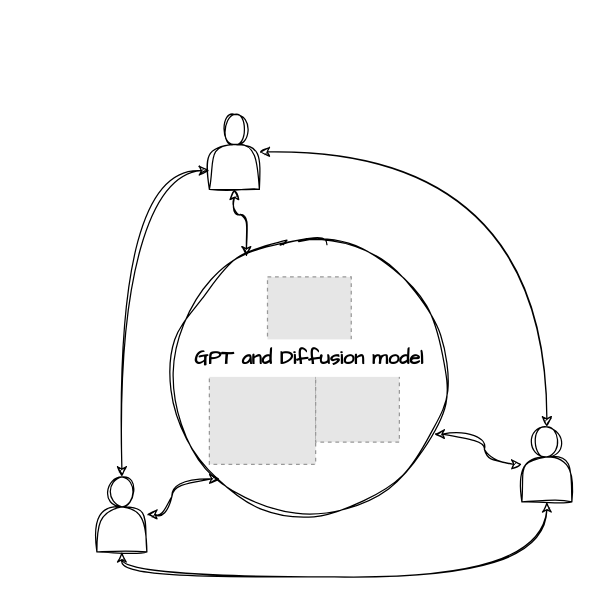
Before: 未命名绘图.drawio in foxeet/ChatGPT_desktop, a draw.io diagram. Source tidied: cells renumbered, new cells numbered last; positions are measured from the earlier drawing's top-left corner, leaving out a move shared by most shapes. Both pictures are drawn from the tidied source at 125%, with x=0, y=0 at pixel (96, 114). Pictures stored in the file or linked from it are replaced by grey dashed boxes.
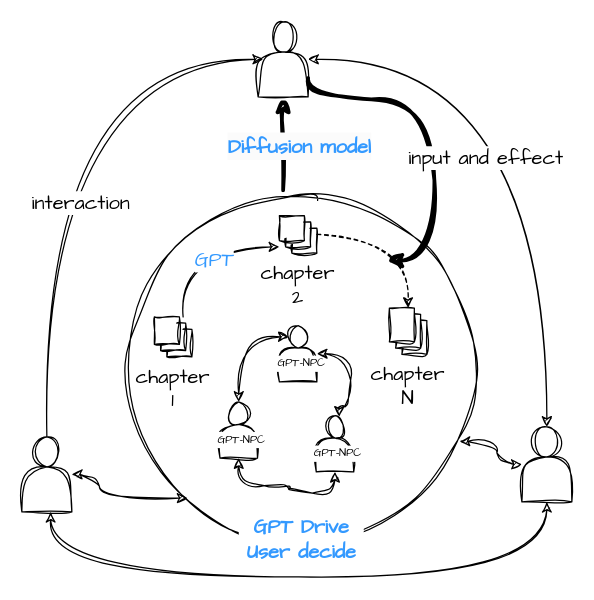
After the change.

Commit message:
更新未命名绘图.drawio

Unchanged cells that the change refers to:
```xml
<mxCell id="7" style="shape=actor;whiteSpace=wrap;html=1;hachureGap=4;fontFamily=Architects Daughter;fontSize=20;sketch=1;curveFitting=1;jiggle=2;" parent="1" vertex="1">
  <mxGeometry x="340" y="250" width="40" height="60" as="geometry" />
</mxCell>
```

Diff of the diagram source:
```diff
@@
+    <mxCell id="3" style="edgeStyle=orthogonalEdgeStyle;rounded=0;sketch=1;hachureGap=4;jiggle=2;curveFitting=1;jettySize=auto;html=1;entryX=0.5;entryY=1;entryDx=0;entryDy=0;fontFamily=Architects Daughter;fontSize=16;curved=1;startArrow=classic;startFill=1;" parent="1" edge="1" source="4" target="7">
+      <mxGeometry relative="1" as="geometry">
+        <Array as="points">
+          <mxPoint x="-37" y="370" />
+          <mxPoint x="360" y="370" />
+        </Array>
+      </mxGeometry>
+    </mxCell>
-    <mxCell id="2" style="edgeStyle=orthogonalEdgeStyle;rounded=0;sketch=1;hachureGap=4;jiggle=2;curveFitting=1;jettySize=auto;html=1;entryX=0;entryY=0.75;entryDx=0;entryDy=0;fontFamily=Architects Daughter;fontSize=16;curved=1;startArrow=classic;startFill=1;" parent="1" edge="1" source="4" target="6">
+    <mxCell id="2" style="edgeStyle=orthogonalEdgeStyle;shape=connector;curved=1;rounded=0;sketch=1;hachureGap=4;jiggle=2;curveFitting=1;jettySize=auto;html=1;entryX=0.1;entryY=0.5;entryDx=0;entryDy=0;entryPerimeter=0;labelBackgroundColor=default;strokeColor=default;fontFamily=Architects Daughter;fontSize=16;fontColor=default;startArrow=none;startFill=0;endArrow=classic;" parent="1" edge="1" source="4" target="6">
       <mxGeometry relative="1" as="geometry">
         <Array as="points">
-          <mxPoint x="20" y="45" />
+          <mxPoint x="-40" y="-44" />
         </Array>
       </mxGeometry>
     </mxCell>
-    <mxCell id="3" style="edgeStyle=orthogonalEdgeStyle;rounded=0;sketch=1;hachureGap=4;jiggle=2;curveFitting=1;jettySize=auto;html=1;entryX=0.5;entryY=1;entryDx=0;entryDy=0;fontFamily=Architects Daughter;fontSize=16;curved=1;startArrow=classic;startFill=1;" parent="1" edge="1" source="4" target="7">
-      <mxGeometry relative="1" as="geometry">
-        <Array as="points">
-          <mxPoint x="20" y="370" />
-          <mxPoint x="360" y="370" />
-        </Array>
-      </mxGeometry>
-    </mxCell>
+    <mxCell id="17" value="interaction" style="edgeLabel;html=1;align=center;verticalAlign=middle;fontSize=16;fontFamily=Architects Daughter;fontColor=default;" parent="2" vertex="1">
+      <mxGeometry x="-0.21" y="-26" relative="1" as="geometry" />
+    </mxCell>
     <mxCell id="4" style="shape=actor;whiteSpace=wrap;html=1;hachureGap=4;fontFamily=Architects Daughter;fontSize=20;sketch=1;curveFitting=1;jiggle=2;" parent="1" vertex="1">
-      <mxGeometry y="290" width="40" height="60" as="geometry" />
+      <mxGeometry x="-60" y="258" width="40" height="60" as="geometry" />
     </mxCell>
@@
+    <mxCell id="9" value="&lt;span style=&quot;font-family: &amp;quot;Architects Daughter&amp;quot;; font-size: 16px; font-style: normal; font-variant-ligatures: normal; font-variant-caps: normal; font-weight: 700; letter-spacing: normal; orphans: 2; text-align: center; text-indent: 0px; text-transform: none; widows: 2; word-spacing: 0px; -webkit-text-stroke-width: 0px; background-color: rgb(251, 251, 251); text-decoration-thickness: initial; text-decoration-style: initial; text-decoration-color: initial; float: none; display: inline !important;&quot;&gt;&lt;font color=&quot;#3399ff&quot;&gt;Diffusion model&lt;/font&gt;&lt;/span&gt;" style="edgeStyle=orthogonalEdgeStyle;shape=connector;curved=1;rounded=0;sketch=1;hachureGap=4;jiggle=2;curveFitting=1;jettySize=auto;html=1;labelBackgroundColor=default;strokeColor=default;fontFamily=Architects Daughter;fontSize=16;fontColor=default;startArrow=classic;startFill=1;endArrow=none;endFill=0;targetPerimeterSpacing=4;strokeWidth=3;" parent="1" edge="1" source="6" target="8">
+      <mxGeometry x="0.07" y="13" relative="1" as="geometry">
+        <Array as="points">
+          <mxPoint x="150" y="80" />
+          <mxPoint x="150" y="80" />
+        </Array>
+      </mxGeometry>
+    </mxCell>
     <mxCell id="6" style="shape=actor;whiteSpace=wrap;html=1;hachureGap=4;fontFamily=Architects Daughter;fontSize=20;sketch=1;curveFitting=1;jiggle=2;" parent="1" vertex="1">
-      <mxGeometry x="90" width="40" height="60" as="geometry" />
+      <mxGeometry x="129" y="-74" width="40" height="60" as="geometry" />
     </mxCell>
@@
     <mxCell id="8" style="ellipse;whiteSpace=wrap;html=1;hachureGap=4;fontFamily=Architects Daughter;fontSize=20;sketch=1;curveFitting=1;jiggle=2;" parent="1" vertex="1">
-      <mxGeometry x="60" y="100" width="220" height="220" as="geometry" />
+      <mxGeometry x="24" y="64" width="279" height="279" as="geometry" />
     </mxCell>
-    <mxCell id="9" style="edgeStyle=orthogonalEdgeStyle;rounded=0;sketch=1;hachureGap=4;jiggle=2;curveFitting=1;jettySize=auto;html=1;fontFamily=Architects Daughter;fontSize=16;curved=1;startArrow=classic;startFill=1;entryX=0.271;entryY=0.063;entryDx=0;entryDy=0;entryPerimeter=0;" parent="1" edge="1" source="6" target="8">
-      <mxGeometry relative="1" as="geometry" />
-    </mxCell>
@@
-    <mxCell id="12" style="group;" parent="1" vertex="1">
-      <mxGeometry x="75" y="130" width="190" height="150" as="geometry" />
-    </mxCell>
-    <mxCell id="13" style="fillColor=#E6E6E6;strokeColor=#999999;dashed=1;verticalLabelPosition=bottom;labelBackgroundColor=default;verticalAlign=top;" parent="12" vertex="1">
-      <mxGeometry x="61.5" width="67" height="64.8" as="geometry" />
-    </mxCell>
-    <mxCell id="14" style="fillColor=#E6E6E6;strokeColor=#999999;dashed=1;verticalLabelPosition=bottom;labelBackgroundColor=default;verticalAlign=top;" parent="12" vertex="1">
-      <mxGeometry x="15" y="67.7" width="85" height="82.3" as="geometry" />
-    </mxCell>
-    <mxCell id="15" style="fillColor=#E6E6E6;strokeColor=#999999;dashed=1;verticalLabelPosition=bottom;labelBackgroundColor=default;verticalAlign=top;" parent="12" vertex="1">
-      <mxGeometry x="100" y="67.4" width="67" height="64.8" as="geometry" />
-    </mxCell>
-    <mxCell id="16" value="GPT and Diffusion model" style="text;html=1;strokeColor=none;fillColor=default;align=center;verticalAlign=middle;whiteSpace=wrap;rounded=0;fontSize=16;fontFamily=Architects Daughter;fontColor=default;gradientColor=none;fillStyle=auto;fontStyle=1;" parent="12" vertex="1">
-      <mxGeometry y="50" width="190" height="30" as="geometry" />
-    </mxCell>
+    <mxCell id="18" value="&lt;font color=&quot;#3399ff&quot;&gt;GPT&lt;/font&gt;" style="edgeStyle=orthogonalEdgeStyle;shape=connector;curved=1;rounded=0;sketch=1;hachureGap=4;jiggle=2;curveFitting=1;jettySize=auto;html=1;labelBackgroundColor=default;strokeColor=default;fontFamily=Architects Daughter;fontSize=16;fontColor=default;startArrow=none;startFill=0;endArrow=classic;entryX=0;entryY=0;entryDx=0;entryDy=25;entryPerimeter=0;" parent="1" edge="1" source="19" target="21">
+      <mxGeometry x="0.22" y="-11" relative="1" as="geometry">
+        <Array as="points">
+          <mxPoint x="69" y="106" />
+        </Array>
+      </mxGeometry>
+    </mxCell>
+    <mxCell id="19" value="chapter 1" style="verticalLabelPosition=bottom;verticalAlign=top;html=1;shape=mxgraph.basic.layered_rect;dx=10;outlineConnect=0;whiteSpace=wrap;sketch=1;hachureGap=4;jiggle=2;curveFitting=1;fontFamily=Architects Daughter;fontSize=16;fontColor=default;" parent="1" vertex="1">
+      <mxGeometry x="46" y="162" width="30" height="32" as="geometry" />
+    </mxCell>
+    <mxCell id="20" style="edgeStyle=orthogonalEdgeStyle;shape=connector;curved=1;rounded=0;sketch=1;hachureGap=4;jiggle=2;curveFitting=1;jettySize=auto;html=1;labelBackgroundColor=default;strokeColor=default;fontFamily=Architects Daughter;fontSize=16;fontColor=default;startArrow=none;startFill=0;endArrow=classic;dashed=1;" parent="1" edge="1" source="21" target="22">
+      <mxGeometry relative="1" as="geometry" />
+    </mxCell>
+    <mxCell id="21" value="chapter 2" style="verticalLabelPosition=bottom;verticalAlign=top;html=1;shape=mxgraph.basic.layered_rect;dx=10;outlineConnect=0;whiteSpace=wrap;sketch=1;hachureGap=4;jiggle=2;curveFitting=1;fontFamily=Architects Daughter;fontSize=16;fontColor=default;" parent="1" vertex="1">
+      <mxGeometry x="146" y="81" width="30" height="30" as="geometry" />
+    </mxCell>
+    <mxCell id="22" value="chapter N" style="verticalLabelPosition=bottom;verticalAlign=top;html=1;shape=mxgraph.basic.layered_rect;dx=10;outlineConnect=0;whiteSpace=wrap;sketch=1;hachureGap=4;jiggle=2;curveFitting=1;fontFamily=Architects Daughter;fontSize=16;fontColor=default;" parent="1" vertex="1">
+      <mxGeometry x="234" y="155" width="30" height="37" as="geometry" />
+    </mxCell>
+    <mxCell id="23" style="edgeStyle=orthogonalEdgeStyle;shape=connector;curved=1;rounded=0;sketch=1;hachureGap=4;jiggle=2;curveFitting=1;jettySize=auto;html=1;labelBackgroundColor=default;strokeColor=default;fontFamily=Architects Daughter;fontSize=16;fontColor=default;startArrow=none;startFill=0;endArrow=classic;strokeWidth=3;exitX=1;exitY=0.75;exitDx=0;exitDy=0;" parent="1" edge="1" source="6">
+      <mxGeometry relative="1" as="geometry">
+        <mxPoint x="232" y="117" as="targetPoint" />
+        <Array as="points">
+          <mxPoint x="169" y="-12" />
+          <mxPoint x="270" y="-12" />
+          <mxPoint x="270" y="117" />
+        </Array>
+      </mxGeometry>
+    </mxCell>
+    <mxCell id="24" value="input and effect" style="edgeLabel;html=1;align=center;verticalAlign=middle;fontSize=16;fontFamily=Architects Daughter;fontColor=default;" parent="23" vertex="1">
+      <mxGeometry x="0.23" y="-10" relative="1" as="geometry">
+        <mxPoint x="50" y="-11" as="offset" />
+      </mxGeometry>
+    </mxCell>
+    <mxCell id="25" value="&lt;font style=&quot;&quot; color=&quot;#3399ff&quot;&gt;&lt;b&gt;GPT Drive&lt;br&gt;User decide&lt;/b&gt;&lt;/font&gt;" style="text;html=1;strokeColor=none;fillColor=default;align=center;verticalAlign=middle;whiteSpace=wrap;rounded=0;fontSize=16;fontFamily=Architects Daughter;fontColor=default;gradientColor=none;fillStyle=auto;fontStyle=0;" parent="1" vertex="1">
+      <mxGeometry x="113.5" y="325" width="100" height="30" as="geometry" />
+    </mxCell>
+    <mxCell id="26" style="group;" parent="1" vertex="1">
+      <mxGeometry x="86" y="230" width="60" height="45" as="geometry" />
+    </mxCell>
+    <mxCell id="27" style="shape=actor;whiteSpace=wrap;html=1;hachureGap=4;fontFamily=Architects Daughter;fontSize=20;sketch=1;curveFitting=1;jiggle=2;" parent="26" vertex="1">
+      <mxGeometry x="12.5" width="30" height="45" as="geometry" />
+    </mxCell>
+    <mxCell id="28" value="GPT-NPC" style="text;html=1;strokeColor=none;fillColor=default;align=center;verticalAlign=middle;whiteSpace=wrap;rounded=0;fontSize=9;fontFamily=Architects Daughter;fontColor=default;" parent="26" vertex="1">
+      <mxGeometry y="24" width="60" height="13" as="geometry" />
+    </mxCell>
+    <mxCell id="29" style="group;" parent="1" vertex="1">
+      <mxGeometry x="133.5" y="169" width="60" height="45" as="geometry" />
+    </mxCell>
+    <mxCell id="30" style="shape=actor;whiteSpace=wrap;html=1;hachureGap=4;fontFamily=Architects Daughter;fontSize=20;sketch=1;curveFitting=1;jiggle=2;" parent="29" vertex="1">
+      <mxGeometry x="12.5" width="30" height="45" as="geometry" />
+    </mxCell>
+    <mxCell id="31" value="GPT-NPC" style="text;html=1;strokeColor=none;fillColor=default;align=center;verticalAlign=middle;whiteSpace=wrap;rounded=0;fontSize=9;fontFamily=Architects Daughter;fontColor=default;" parent="29" vertex="1">
+      <mxGeometry y="24" width="60" height="13" as="geometry" />
+    </mxCell>
+    <mxCell id="32" style="group;" parent="1" vertex="1">
+      <mxGeometry x="163" y="241" width="60" height="45" as="geometry" />
+    </mxCell>
+    <mxCell id="33" style="shape=actor;whiteSpace=wrap;html=1;hachureGap=4;fontFamily=Architects Daughter;fontSize=20;sketch=1;curveFitting=1;jiggle=2;" parent="32" vertex="1">
+      <mxGeometry x="12.5" width="30" height="45" as="geometry" />
+    </mxCell>
+    <mxCell id="34" value="GPT-NPC" style="text;html=1;strokeColor=none;fillColor=default;align=center;verticalAlign=middle;whiteSpace=wrap;rounded=0;fontSize=9;fontFamily=Architects Daughter;fontColor=default;" parent="32" vertex="1">
+      <mxGeometry y="24" width="60" height="13" as="geometry" />
+    </mxCell>
+    <mxCell id="35" style="edgeStyle=orthogonalEdgeStyle;shape=connector;curved=1;rounded=0;sketch=1;hachureGap=4;jiggle=2;curveFitting=1;jettySize=auto;html=1;entryX=0.25;entryY=0.2;entryDx=0;entryDy=0;entryPerimeter=0;labelBackgroundColor=default;strokeColor=default;fontFamily=Architects Daughter;fontSize=16;fontColor=default;startArrow=classic;startFill=1;endArrow=classic;" parent="1" edge="1" source="27" target="30">
+      <mxGeometry relative="1" as="geometry">
+        <Array as="points">
+          <mxPoint x="113" y="178" />
+        </Array>
+      </mxGeometry>
+    </mxCell>
+    <mxCell id="36" style="edgeStyle=orthogonalEdgeStyle;shape=connector;curved=1;rounded=0;sketch=1;hachureGap=4;jiggle=2;curveFitting=1;jettySize=auto;html=1;entryX=0.613;entryY=0.02;entryDx=0;entryDy=0;entryPerimeter=0;labelBackgroundColor=default;strokeColor=default;fontFamily=Architects Daughter;fontSize=16;fontColor=default;startArrow=classic;startFill=1;endArrow=classic;" parent="1" edge="1" source="30" target="33">
+      <mxGeometry relative="1" as="geometry">
+        <Array as="points">
+          <mxPoint x="203" y="191" />
+          <mxPoint x="203" y="234" />
+          <mxPoint x="194" y="234" />
+        </Array>
+      </mxGeometry>
+    </mxCell>
+    <mxCell id="37" style="edgeStyle=orthogonalEdgeStyle;shape=connector;curved=1;rounded=0;sketch=1;hachureGap=4;jiggle=2;curveFitting=1;jettySize=auto;html=1;entryX=0.5;entryY=1;entryDx=0;entryDy=0;labelBackgroundColor=default;strokeColor=default;fontFamily=Architects Daughter;fontSize=16;fontColor=default;startArrow=classic;startFill=1;endArrow=classic;" parent="1" edge="1" source="33" target="27">
+      <mxGeometry relative="1" as="geometry">
+        <Array as="points">
+          <mxPoint x="191" y="303" />
+          <mxPoint x="154" y="303" />
+          <mxPoint x="154" y="297" />
+          <mxPoint x="113" y="297" />
+        </Array>
+      </mxGeometry>
+    </mxCell>
```
